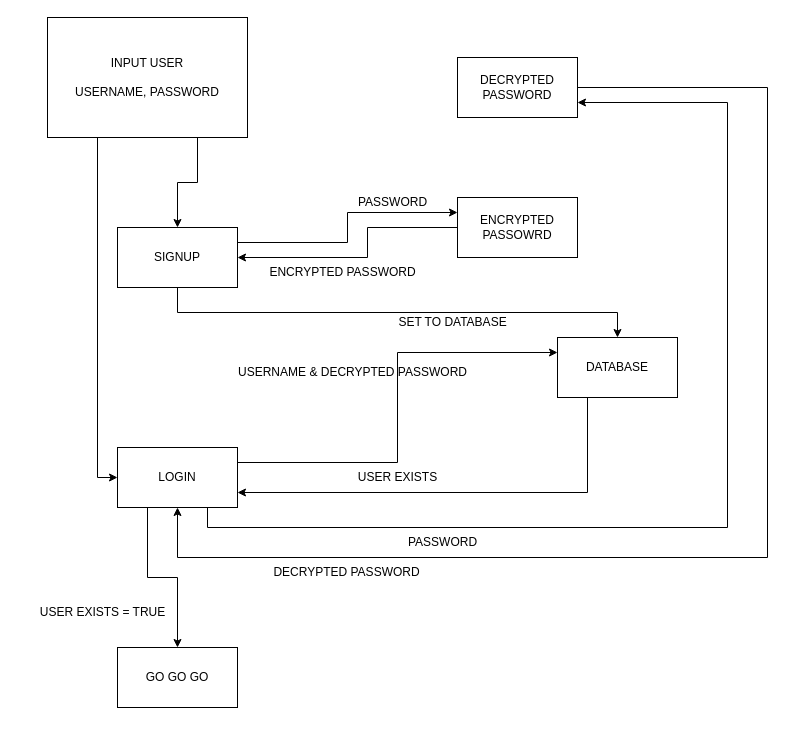
Above: login-hash.drawio in Exempler201/24-11-wiki (draw.io), before the change. Source tidied: cells renumbered, new cells numbered last; positions are measured from the earlier drawing's top-left corner, leaving out a move shared by most shapes. Both pictures are drawn from the tidied source at 100%, with x=0, y=0 at pixel (27, 17).
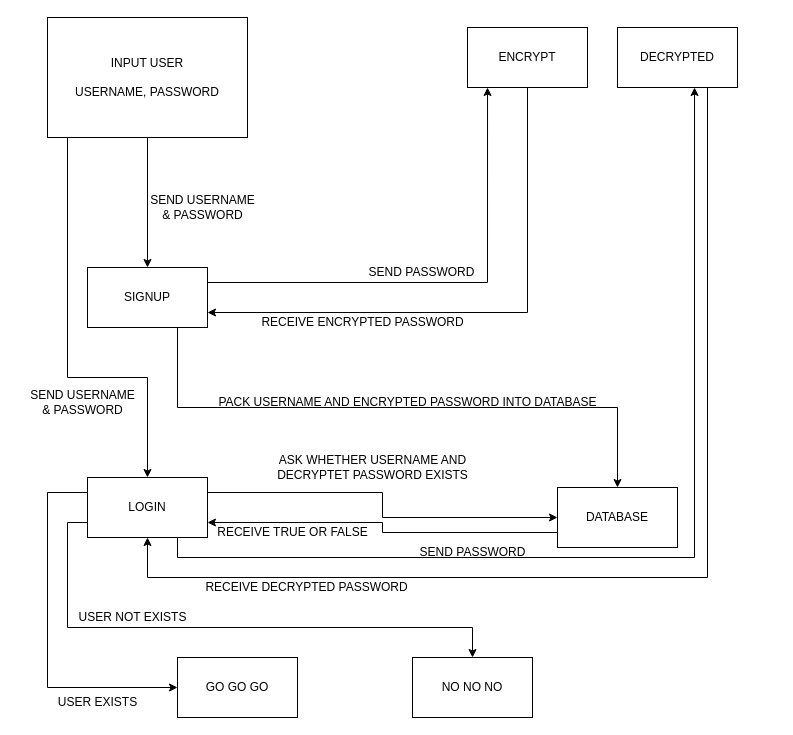
Above is the later version.

The change refers to these unchanged cells:
```xml
<mxCell id="4" value="INPUT USER&lt;br&gt;&lt;br&gt;USERNAME, PASSWORD" style="rounded=0;whiteSpace=wrap;html=1;" parent="1" vertex="1">
  <mxGeometry x="20" width="200" height="120" as="geometry" />
</mxCell>
```

Change to the diagram source:
```diff
@@
-    <mxCell id="2" style="edgeStyle=orthogonalEdgeStyle;rounded=0;jettySize=auto;html=1;exitX=0.75;exitY=1;exitDx=0;exitDy=0;" parent="1" edge="1" source="4" target="9">
+    <mxCell id="2" style="edgeStyle=orthogonalEdgeStyle;rounded=0;jettySize=auto;html=1;exitX=0.5;exitY=1;exitDx=0;exitDy=0;entryX=0.5;entryY=0;entryDx=0;entryDy=0;" parent="1" edge="1" source="4" target="9">
       <mxGeometry relative="1" as="geometry" />
     </mxCell>
-    <mxCell id="3" style="edgeStyle=orthogonalEdgeStyle;rounded=0;jettySize=auto;html=1;exitX=0.25;exitY=1;exitDx=0;exitDy=0;entryX=0;entryY=0.5;entryDx=0;entryDy=0;" parent="1" edge="1" source="4" target="19">
-      <mxGeometry relative="1" as="geometry" />
+    <mxCell id="3" style="edgeStyle=orthogonalEdgeStyle;rounded=0;jettySize=auto;html=1;exitX=0.25;exitY=1;exitDx=0;exitDy=0;" parent="1" edge="1" source="4" target="19">
+      <mxGeometry relative="1" as="geometry">
+        <Array as="points">
+          <mxPoint x="40" y="120" />
+          <mxPoint x="40" y="360" />
+          <mxPoint x="120" y="360" />
+        </Array>
+      </mxGeometry>
     </mxCell>
@@
+    <mxCell id="11" style="edgeStyle=orthogonalEdgeStyle;rounded=0;jettySize=auto;html=1;exitX=0.75;exitY=1;exitDx=0;exitDy=0;entryX=0.5;entryY=1;entryDx=0;entryDy=0;" parent="1" edge="1" source="26" target="19">
+      <mxGeometry relative="1" as="geometry">
+        <Array as="points">
+          <mxPoint x="680" y="560" />
+          <mxPoint x="120" y="560" />
+        </Array>
+      </mxGeometry>
+    </mxCell>
+    <mxCell id="26" value="DECRYPTED" style="whiteSpace=wrap;html=1;" parent="1" vertex="1">
+      <mxGeometry x="590" y="10" width="120" height="60" as="geometry" />
+    </mxCell>
+    <mxCell id="8" style="edgeStyle=orthogonalEdgeStyle;rounded=0;jettySize=auto;html=1;exitX=0.75;exitY=1;exitDx=0;exitDy=0;entryX=0.5;entryY=0;entryDx=0;entryDy=0;" parent="1" edge="1" source="9" target="6">
+      <mxGeometry relative="1" as="geometry" />
+    </mxCell>
+    <mxCell id="9" value="SIGNUP" style="rounded=0;whiteSpace=wrap;html=1;" parent="1" vertex="1">
+      <mxGeometry x="60" y="250" width="120" height="60" as="geometry" />
+    </mxCell>
+    <mxCell id="27" value="SEND USERNAME&lt;br&gt;&amp;amp; PASSWORD" style="text;html=1;align=center;verticalAlign=middle;strokeColor=none;fillColor=none;" parent="1" vertex="1">
+      <mxGeometry x="110" y="170" width="130" height="40" as="geometry" />
+    </mxCell>
+    <mxCell id="28" style="edgeStyle=orthogonalEdgeStyle;rounded=0;jettySize=auto;html=1;exitX=0.5;exitY=1;exitDx=0;exitDy=0;entryX=1;entryY=0.75;entryDx=0;entryDy=0;" parent="1" edge="1" source="29" target="9">
+      <mxGeometry relative="1" as="geometry" />
+    </mxCell>
+    <mxCell id="29" value="ENCRYPT" style="rounded=0;whiteSpace=wrap;html=1;" parent="1" vertex="1">
+      <mxGeometry x="440" y="10" width="120" height="60" as="geometry" />
+    </mxCell>
-    <mxCell id="5" style="edgeStyle=orthogonalEdgeStyle;rounded=0;jettySize=auto;html=1;exitX=0.25;exitY=1;exitDx=0;exitDy=0;entryX=1;entryY=0.75;entryDx=0;entryDy=0;" parent="1" edge="1" source="6" target="19">
+    <mxCell id="5" style="edgeStyle=orthogonalEdgeStyle;rounded=0;jettySize=auto;html=1;exitX=0;exitY=0.75;exitDx=0;exitDy=0;entryX=1;entryY=0.75;entryDx=0;entryDy=0;" parent="1" edge="1" source="6" target="19">
       <mxGeometry relative="1" as="geometry" />
     </mxCell>
     <mxCell id="6" value="DATABASE" style="rounded=0;whiteSpace=wrap;html=1;" parent="1" vertex="1">
-      <mxGeometry x="530" y="320" width="120" height="60" as="geometry" />
+      <mxGeometry x="530" y="470" width="120" height="60" as="geometry" />
     </mxCell>
-    <mxCell id="7" style="edgeStyle=orthogonalEdgeStyle;rounded=0;jettySize=auto;html=1;exitX=1;exitY=0.25;exitDx=0;exitDy=0;entryX=0;entryY=0.25;entryDx=0;entryDy=0;" parent="1" edge="1" source="9" target="12">
-      <mxGeometry relative="1" as="geometry" />
-    </mxCell>
-    <mxCell id="8" style="edgeStyle=orthogonalEdgeStyle;rounded=0;jettySize=auto;html=1;exitX=0.5;exitY=1;exitDx=0;exitDy=0;" parent="1" edge="1" source="9" target="6">
-      <mxGeometry relative="1" as="geometry" />
-    </mxCell>
-    <mxCell id="9" value="SIGNUP" style="rounded=0;whiteSpace=wrap;html=1;" parent="1" vertex="1">
-      <mxGeometry x="90" y="210" width="120" height="60" as="geometry" />
-    </mxCell>
-    <mxCell id="10" style="edgeStyle=orthogonalEdgeStyle;rounded=0;jettySize=auto;html=1;exitX=0;exitY=0.5;exitDx=0;exitDy=0;entryX=1;entryY=0.5;entryDx=0;entryDy=0;" parent="1" edge="1" source="12" target="9">
-      <mxGeometry relative="1" as="geometry">
-        <Array as="points">
-          <mxPoint x="340" y="210" />
-          <mxPoint x="340" y="240" />
-        </Array>
-      </mxGeometry>
-    </mxCell>
-    <mxCell id="11" style="edgeStyle=orthogonalEdgeStyle;rounded=0;jettySize=auto;html=1;exitX=1;exitY=0.5;exitDx=0;exitDy=0;entryX=0.5;entryY=1;entryDx=0;entryDy=0;" parent="1" edge="1" source="26" target="19">
-      <mxGeometry relative="1" as="geometry">
-        <Array as="points">
-          <mxPoint x="740" y="70" />
-          <mxPoint x="740" y="540" />
-          <mxPoint x="150" y="540" />
-        </Array>
-      </mxGeometry>
-    </mxCell>
-    <mxCell id="12" value="ENCRYPTED PASSOWRD" style="rounded=0;whiteSpace=wrap;html=1;" parent="1" vertex="1">
-      <mxGeometry x="430" y="180" width="120" height="60" as="geometry" />
-    </mxCell>
-    <mxCell id="13" value="&lt;span style=&quot;text-wrap-mode: wrap;&quot;&gt;ENCRYPTED&lt;/span&gt;&amp;nbsp;PASSWORD" style="text;html=1;align=center;verticalAlign=middle;strokeColor=none;fillColor=none;" parent="1" vertex="1">
-      <mxGeometry x="230" y="240" width="170" height="30" as="geometry" />
-    </mxCell>
-    <mxCell id="14" value="PASSWORD" style="text;html=1;align=center;verticalAlign=middle;strokeColor=none;fillColor=none;" parent="1" vertex="1">
-      <mxGeometry x="320" y="170" width="90" height="30" as="geometry" />
-    </mxCell>
-    <mxCell id="15" value="SET TO DATABASE" style="text;html=1;align=center;verticalAlign=middle;strokeColor=none;fillColor=none;" parent="1" vertex="1">
-      <mxGeometry x="360" y="290" width="130" height="30" as="geometry" />
-    </mxCell>
-    <mxCell id="16" style="edgeStyle=orthogonalEdgeStyle;rounded=0;jettySize=auto;html=1;exitX=0.75;exitY=1;exitDx=0;exitDy=0;entryX=1;entryY=0.75;entryDx=0;entryDy=0;" parent="1" edge="1" source="19" target="26">
-      <mxGeometry relative="1" as="geometry">
-        <Array as="points">
-          <mxPoint x="180" y="510" />
-          <mxPoint x="700" y="510" />
-          <mxPoint x="700" y="85" />
-        </Array>
-      </mxGeometry>
-    </mxCell>
+    <mxCell id="30" style="edgeStyle=orthogonalEdgeStyle;rounded=0;jettySize=auto;html=1;exitX=1;exitY=0.25;exitDx=0;exitDy=0;entryX=0.167;entryY=1;entryDx=0;entryDy=0;entryPerimeter=0;" parent="1" edge="1" source="9" target="29">
+      <mxGeometry relative="1" as="geometry" />
+    </mxCell>
+    <mxCell id="31" value="SEND PASSWORD" style="text;html=1;align=center;verticalAlign=middle;strokeColor=none;fillColor=none;" parent="1" vertex="1">
+      <mxGeometry x="329" y="240" width="130" height="30" as="geometry" />
+    </mxCell>
+    <mxCell id="32" value="RECEIVE ENCRYPTED PASSWORD" style="text;html=1;align=center;verticalAlign=middle;strokeColor=none;fillColor=none;" parent="1" vertex="1">
+      <mxGeometry x="220" y="290" width="230" height="30" as="geometry" />
+    </mxCell>
+    <mxCell id="33" value="PACK USERNAME AND ENCRYPTED PASSWORD INTO DATABASE" style="text;html=1;align=center;verticalAlign=middle;strokeColor=none;fillColor=none;" parent="1" vertex="1">
+      <mxGeometry x="180" y="370" width="400" height="30" as="geometry" />
+    </mxCell>
-    <mxCell id="17" style="edgeStyle=orthogonalEdgeStyle;rounded=0;jettySize=auto;html=1;exitX=1;exitY=0.25;exitDx=0;exitDy=0;entryX=0;entryY=0.25;entryDx=0;entryDy=0;" parent="1" edge="1" source="19" target="6">
+    <mxCell id="17" style="edgeStyle=orthogonalEdgeStyle;rounded=0;jettySize=auto;html=1;exitX=1;exitY=0.25;exitDx=0;exitDy=0;entryX=0;entryY=0.5;entryDx=0;entryDy=0;" parent="1" edge="1" source="19" target="6">
       <mxGeometry relative="1" as="geometry" />
     </mxCell>
+    <mxCell id="34" style="edgeStyle=orthogonalEdgeStyle;rounded=0;jettySize=auto;html=1;exitX=0;exitY=0.75;exitDx=0;exitDy=0;" parent="1" edge="1" source="19" target="40">
+      <mxGeometry relative="1" as="geometry">
+        <Array as="points">
+          <mxPoint x="40" y="505" />
+          <mxPoint x="40" y="610" />
+          <mxPoint x="445" y="610" />
+        </Array>
+      </mxGeometry>
+    </mxCell>
-    <mxCell id="18" style="edgeStyle=orthogonalEdgeStyle;rounded=0;jettySize=auto;html=1;exitX=0.25;exitY=1;exitDx=0;exitDy=0;entryX=0.5;entryY=0;entryDx=0;entryDy=0;" parent="1" edge="1" source="19" target="24">
+    <mxCell id="18" style="edgeStyle=orthogonalEdgeStyle;rounded=0;jettySize=auto;html=1;exitX=0;exitY=0.25;exitDx=0;exitDy=0;entryX=0;entryY=0.5;entryDx=0;entryDy=0;" parent="1" edge="1" source="19" target="24">
       <mxGeometry relative="1" as="geometry">
         <Array as="points">
-          <mxPoint x="120" y="560" />
-          <mxPoint x="150" y="560" />
+          <mxPoint x="20" y="475" />
+          <mxPoint x="20" y="670" />
         </Array>
       </mxGeometry>
     </mxCell>
     <mxCell id="19" value="LOGIN" style="rounded=0;whiteSpace=wrap;html=1;" parent="1" vertex="1">
-      <mxGeometry x="90" y="430" width="120" height="60" as="geometry" />
+      <mxGeometry x="60" y="460" width="120" height="60" as="geometry" />
     </mxCell>
-    <mxCell id="20" value="PASSWORD" style="text;html=1;align=center;verticalAlign=middle;strokeColor=none;fillColor=none;" parent="1" vertex="1">
-      <mxGeometry x="370" y="510" width="90" height="30" as="geometry" />
-    </mxCell>
-    <mxCell id="21" value="&lt;span style=&quot;text-wrap-mode: wrap;&quot;&gt;DECRYPTED&lt;/span&gt;&amp;nbsp;PASSWORD" style="text;html=1;align=center;verticalAlign=middle;strokeColor=none;fillColor=none;" parent="1" vertex="1">
-      <mxGeometry x="234" y="540" width="170" height="30" as="geometry" />
-    </mxCell>
-    <mxCell id="22" value="USERNAME &amp;amp;&amp;nbsp;&lt;span style=&quot;text-wrap-mode: wrap;&quot;&gt;DECRYPTED&lt;/span&gt;&amp;nbsp;PASSWORD" style="text;html=1;align=center;verticalAlign=middle;strokeColor=none;fillColor=none;" parent="1" vertex="1">
-      <mxGeometry x="200" y="340" width="250" height="30" as="geometry" />
-    </mxCell>
+    <mxCell id="35" value="SEND USERNAME&lt;br&gt;&amp;amp; PASSWORD" style="text;html=1;align=center;verticalAlign=middle;strokeColor=none;fillColor=none;" parent="1" vertex="1">
+      <mxGeometry x="-10" y="365" width="130" height="40" as="geometry" />
+    </mxCell>
+    <mxCell id="36" value="ASK WHETHER USERNAME AND &lt;br&gt;DECRYPTET PASSWORD EXISTS" style="text;html=1;align=center;verticalAlign=middle;strokeColor=none;fillColor=none;" parent="1" vertex="1">
+      <mxGeometry x="240" y="430" width="210" height="40" as="geometry" />
+    </mxCell>
+    <mxCell id="37" value="SEND PASSWORD" style="text;html=1;align=center;verticalAlign=middle;strokeColor=none;fillColor=none;" parent="1" vertex="1">
+      <mxGeometry x="380" y="520" width="130" height="30" as="geometry" />
+    </mxCell>
+    <mxCell id="38" value="RECEIVE DECRYPTED PASSWORD" style="text;html=1;align=center;verticalAlign=middle;strokeColor=none;fillColor=none;" parent="1" vertex="1">
+      <mxGeometry x="164" y="555" width="230" height="30" as="geometry" />
+    </mxCell>
+    <mxCell id="39" value="RECEIVE TRUE OR FALSE" style="text;html=1;align=center;verticalAlign=middle;strokeColor=none;fillColor=none;" parent="1" vertex="1">
+      <mxGeometry x="180" y="500" width="170" height="30" as="geometry" />
+    </mxCell>
+    <mxCell id="24" value="GO GO GO" style="rounded=0;whiteSpace=wrap;html=1;" parent="1" vertex="1">
+      <mxGeometry x="150" y="640" width="120" height="60" as="geometry" />
+    </mxCell>
+    <mxCell id="40" value="NO NO NO" style="rounded=0;whiteSpace=wrap;html=1;" parent="1" vertex="1">
+      <mxGeometry x="385" y="640" width="120" height="60" as="geometry" />
+    </mxCell>
+    <mxCell id="41" value="USER NOT EXISTS" style="text;html=1;align=center;verticalAlign=middle;strokeColor=none;fillColor=none;" parent="1" vertex="1">
+      <mxGeometry x="40" y="585" width="130" height="30" as="geometry" />
+    </mxCell>
     <mxCell id="23" value="USER EXISTS" style="text;html=1;align=center;verticalAlign=middle;strokeColor=none;fillColor=none;" parent="1" vertex="1">
-      <mxGeometry x="320" y="445" width="100" height="30" as="geometry" />
+      <mxGeometry x="20" y="670" width="100" height="30" as="geometry" />
     </mxCell>
-    <mxCell id="24" value="GO GO GO" style="rounded=0;whiteSpace=wrap;html=1;" parent="1" vertex="1">
-      <mxGeometry x="90" y="630" width="120" height="60" as="geometry" />
-    </mxCell>
-    <mxCell id="25" value="USER EXISTS = TRUE" style="text;html=1;align=center;verticalAlign=middle;strokeColor=none;fillColor=none;" parent="1" vertex="1">
-      <mxGeometry y="580" width="150" height="30" as="geometry" />
-    </mxCell>
-    <mxCell id="26" value="DECRYPTED&lt;br&gt;PASSWORD" style="whiteSpace=wrap;html=1;" parent="1" vertex="1">
-      <mxGeometry x="430" y="40" width="120" height="60" as="geometry" />
-    </mxCell>
+    <mxCell id="16" style="edgeStyle=orthogonalEdgeStyle;rounded=0;jettySize=auto;html=1;exitX=0.75;exitY=1;exitDx=0;exitDy=0;entryX=0.642;entryY=1;entryDx=0;entryDy=0;entryPerimeter=0;" parent="1" edge="1" source="19" target="26">
+      <mxGeometry relative="1" as="geometry" />
+    </mxCell>
```
